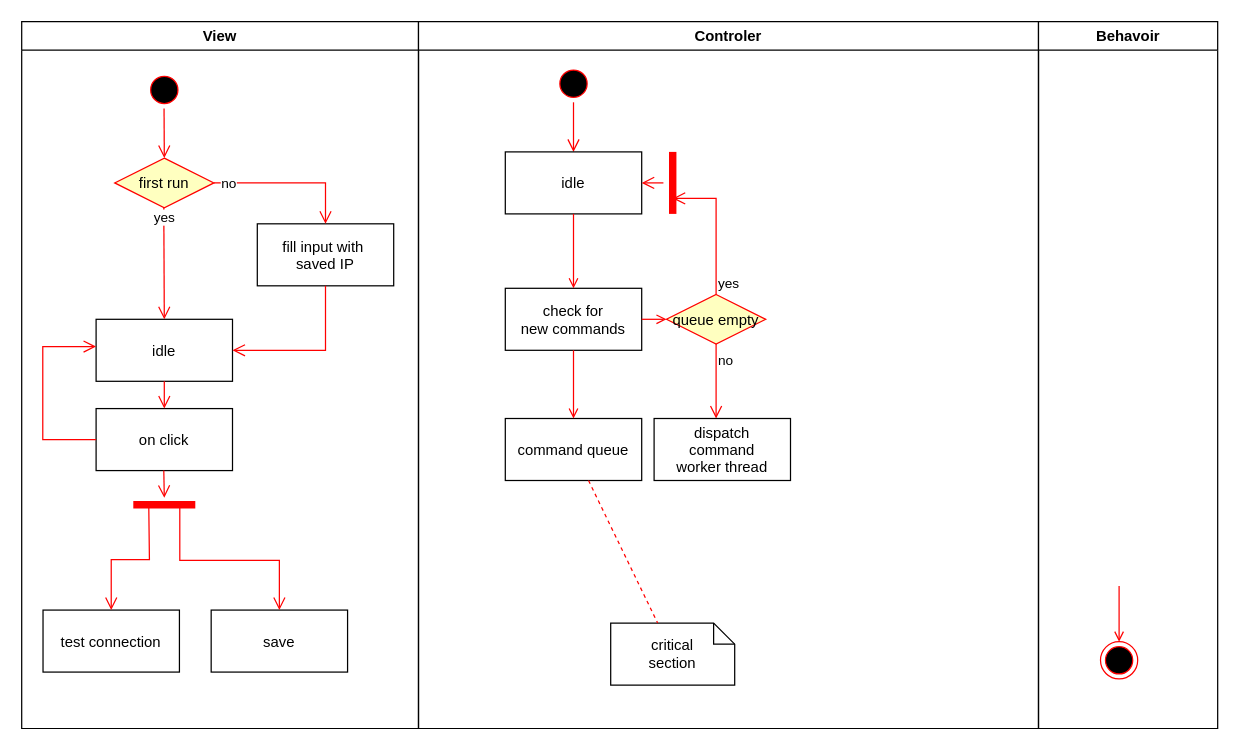
Above: documentation/UI/General/ServerConfig.drawio in xalpol12/kuka-ar (draw.io), before the change. Source tidied: cells renumbered, new cells numbered last; positions are measured from the earlier drawing's top-left corner, leaving out a move shared by most shapes. Both pictures are drawn from the tidied source at 124%, with x=0, y=0 at pixel (21, 21).
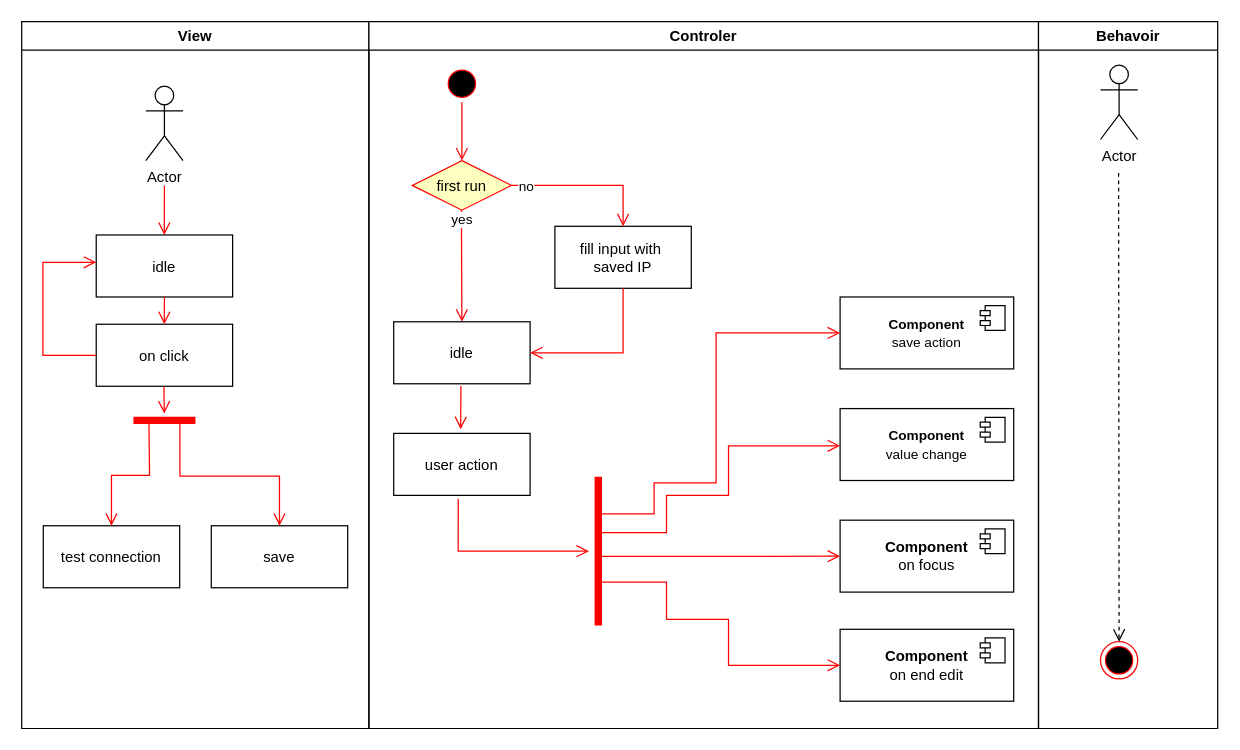
Above is the later version.

The change refers to these unchanged cells:
```xml
<mxCell id="39" value="Behavoir" style="swimlane;whiteSpace=wrap;startSize=23;" parent="1" vertex="1">
  <mxGeometry x="820" width="144.5" height="570" as="geometry" />
</mxCell>
<mxCell id="40" style="ellipse;shape=endState;fillColor=#000000;strokeColor=#ff0000;" parent="39" vertex="1">
  <mxGeometry x="50" y="500" width="30" height="30" as="geometry" />
</mxCell>
```

The edit, as a diff of the source:
```diff
@@
     <mxCell id="2" value="View" style="swimlane;whiteSpace=wrap;" parent="1" vertex="1">
-      <mxGeometry width="320" height="570" as="geometry" />
+      <mxGeometry width="280" height="570" as="geometry" />
     </mxCell>
-    <mxCell id="3" style="ellipse;shape=startState;fillColor=#000000;strokeColor=#ff0000;" parent="2" vertex="1">
-      <mxGeometry x="100" y="40" width="30" height="30" as="geometry" />
-    </mxCell>
     <mxCell id="4" value="idle" parent="2" vertex="1">
-      <mxGeometry x="60" y="240" width="110" height="50" as="geometry" />
+      <mxGeometry x="60.1" y="172" width="110" height="50" as="geometry" />
     </mxCell>
     <mxCell id="5" value="save" parent="2" vertex="1">
-      <mxGeometry x="152.8" y="474.5" width="110" height="50" as="geometry" />
+      <mxGeometry x="152.9" y="406.5" width="110" height="50" as="geometry" />
     </mxCell>
     <mxCell id="6" style="shape=line;strokeWidth=6;strokeColor=#ff0000;rotation=-180;" parent="2" vertex="1">
-      <mxGeometry x="90" y="382" width="50" height="15" as="geometry" />
+      <mxGeometry x="90.1" y="314" width="50" height="15" as="geometry" />
     </mxCell>
     <mxCell id="7" value="test connection" parent="2" vertex="1">
-      <mxGeometry x="17.2" y="474.5" width="110" height="50" as="geometry" />
+      <mxGeometry x="17.4" y="406.5" width="110" height="50" as="geometry" />
     </mxCell>
     <mxCell id="8" style="edgeStyle=orthogonalEdgeStyle;elbow=horizontal;verticalAlign=bottom;endArrow=open;endSize=8;strokeColor=#FF0000;endFill=1;rounded=0;exitX=0.75;exitY=0.5;exitDx=0;exitDy=0;exitPerimeter=0;entryX=0.5;entryY=0;entryDx=0;entryDy=0;" parent="2" edge="1" target="7">
       <mxGeometry x="-229" y="-216" as="geometry">
-        <mxPoint x="102.5" y="392" as="sourcePoint" />
+        <mxPoint x="102.6" y="324" as="sourcePoint" />
       </mxGeometry>
     </mxCell>
     <mxCell id="9" style="edgeStyle=orthogonalEdgeStyle;elbow=horizontal;verticalAlign=bottom;endArrow=open;endSize=8;strokeColor=#FF0000;endFill=1;rounded=0;exitX=0.25;exitY=0.5;exitDx=0;exitDy=0;exitPerimeter=0;entryX=0.5;entryY=0;entryDx=0;entryDy=0;" parent="2" edge="1" target="5">
       <mxGeometry x="-229" y="-216" as="geometry">
-        <mxPoint x="127.5" y="392" as="sourcePoint" />
+        <mxPoint x="127.6" y="324" as="sourcePoint" />
         <Array as="points">
-          <mxPoint x="128" y="434.5" />
-          <mxPoint x="208" y="434.5" />
+          <mxPoint x="128.1" y="366.5" />
+          <mxPoint x="208.1" y="366.5" />
         </Array>
       </mxGeometry>
     </mxCell>
     <mxCell id="10" value="on click" parent="2" vertex="1">
-      <mxGeometry x="60" y="312" width="110" height="50" as="geometry" />
+      <mxGeometry x="60.1" y="244" width="110" height="50" as="geometry" />
     </mxCell>
     <mxCell id="11" style="edgeStyle=elbowEdgeStyle;elbow=horizontal;verticalAlign=bottom;endArrow=open;endSize=8;strokeColor=#FF0000;endFill=1;rounded=0;" parent="2" edge="1">
       <mxGeometry x="-229" y="-216" as="geometry">
-        <mxPoint x="114.6" y="362" as="sourcePoint" />
-        <mxPoint x="115.4" y="384" as="targetPoint" />
+        <mxPoint x="114.7" y="294" as="sourcePoint" />
+        <mxPoint x="115.5" y="316" as="targetPoint" />
       </mxGeometry>
     </mxCell>
     <mxCell id="12" style="edgeStyle=orthogonalEdgeStyle;elbow=horizontal;verticalAlign=bottom;endArrow=open;endSize=8;strokeColor=#FF0000;endFill=1;rounded=0;exitX=0;exitY=0.5;exitDx=0;exitDy=0;entryX=0;entryY=0.44;entryDx=0;entryDy=0;entryPerimeter=0;" parent="2" edge="1" source="10" target="4">
       <mxGeometry x="-229" y="-216" as="geometry">
         <Array as="points">
-          <mxPoint x="17" y="337" />
-          <mxPoint x="17" y="262" />
+          <mxPoint x="17.1" y="269" />
+          <mxPoint x="17.1" y="194" />
         </Array>
       </mxGeometry>
     </mxCell>
     <mxCell id="13" style="edgeStyle=elbowEdgeStyle;elbow=horizontal;verticalAlign=bottom;endArrow=open;endSize=8;strokeColor=#FF0000;endFill=1;rounded=0;entryX=0.5;entryY=0;entryDx=0;entryDy=0;exitX=0.5;exitY=1;exitDx=0;exitDy=0;" parent="2" edge="1" source="4">
       <mxGeometry x="-229" y="-216" as="geometry">
-        <mxPoint x="115" y="312" as="targetPoint" />
+        <mxPoint x="115.1" y="244" as="targetPoint" />
       </mxGeometry>
     </mxCell>
+    <mxCell id="42" style="edgeStyle=elbowEdgeStyle;elbow=horizontal;verticalAlign=bottom;endArrow=open;endSize=8;strokeColor=#FF0000;endFill=1;rounded=0;" parent="2" edge="1">
+      <mxGeometry x="320" y="20" as="geometry">
+        <mxPoint x="115.1" y="132" as="sourcePoint" />
+        <mxPoint x="115.1" y="172" as="targetPoint" />
+      </mxGeometry>
+    </mxCell>
+    <mxCell id="43" value="Actor" style="shape=umlActor;verticalLabelPosition=bottom;verticalAlign=top;html=1;" parent="2" vertex="1">
+      <mxGeometry x="100.1" y="52" width="30" height="60" as="geometry" />
+    </mxCell>
+    <mxCell id="22" value="Controler" style="swimlane;whiteSpace=wrap;" parent="1" vertex="1">
+      <mxGeometry x="280" width="540" height="570" as="geometry" />
+    </mxCell>
+    <mxCell id="23" style="ellipse;shape=startState;fillColor=#000000;strokeColor=#ff0000;" parent="22" vertex="1">
+      <mxGeometry x="60" y="35" width="30" height="30" as="geometry" />
+    </mxCell>
+    <mxCell id="24" style="edgeStyle=elbowEdgeStyle;elbow=horizontal;verticalAlign=bottom;endArrow=open;endSize=8;strokeColor=#FF0000;endFill=1;rounded=0;entryX=0.5;entryY=0;entryDx=0;entryDy=0;" parent="22" edge="1" source="23" target="14">
+      <mxGeometry x="40" y="20" as="geometry" />
+    </mxCell>
-    <mxCell id="14" value="first run" style="rhombus;fillColor=#ffffc0;strokeColor=#ff0000;" parent="2" vertex="1">
-      <mxGeometry x="75" y="110" width="80" height="40" as="geometry" />
+    <mxCell id="14" value="first run" style="rhombus;fillColor=#ffffc0;strokeColor=#ff0000;" parent="22" vertex="1">
+      <mxGeometry x="35" y="112" width="80" height="40" as="geometry" />
     </mxCell>
-    <mxCell id="15" style="edgeStyle=elbowEdgeStyle;elbow=horizontal;verticalAlign=bottom;endArrow=open;endSize=8;strokeColor=#FF0000;endFill=1;rounded=0;entryX=0.5;entryY=0;entryDx=0;entryDy=0;" parent="2" edge="1">
-      <mxGeometry x="-269" y="-344" as="geometry">
-        <mxPoint x="114.6" y="150" as="sourcePoint" />
-        <mxPoint x="115" y="240" as="targetPoint" />
-      </mxGeometry>
-    </mxCell>
+    <mxCell id="44" style="edgeStyle=elbowEdgeStyle;elbow=horizontal;verticalAlign=bottom;endArrow=open;endSize=8;strokeColor=#FF0000;endFill=1;rounded=0;entryX=0.5;entryY=0;entryDx=0;entryDy=0;" parent="22" edge="1">
+      <mxGeometry x="-549" y="-344" as="geometry">
+        <mxPoint x="74.6" y="152" as="sourcePoint" />
+        <mxPoint x="75" y="242" as="targetPoint" />
+      </mxGeometry>
+    </mxCell>
-    <mxCell id="16" value="yes" style="edgeLabel;html=1;align=center;verticalAlign=middle;" parent="15" vertex="1">
+    <mxCell id="16" value="yes" style="edgeLabel;html=1;align=center;verticalAlign=middle;" parent="44" vertex="1">
       <mxGeometry relative="1" as="geometry">
         <mxPoint x="-1" y="-37" as="offset" />
       </mxGeometry>
     </mxCell>
-    <mxCell id="17" value="fill input with &#10;saved IP" parent="2" vertex="1">
-      <mxGeometry x="190" y="163" width="110" height="50" as="geometry" />
+    <mxCell id="17" value="fill input with &#10;saved IP" parent="22" vertex="1">
+      <mxGeometry x="150" y="165" width="110" height="50" as="geometry" />
     </mxCell>
-    <mxCell id="18" style="edgeStyle=orthogonalEdgeStyle;elbow=horizontal;verticalAlign=bottom;endArrow=open;endSize=8;strokeColor=#FF0000;endFill=1;rounded=0;entryX=0.5;entryY=0;entryDx=0;entryDy=0;exitX=1;exitY=0.5;exitDx=0;exitDy=0;" parent="2" edge="1" source="14" target="17">
-      <mxGeometry x="-269" y="-344" as="geometry" />
+    <mxCell id="18" style="edgeStyle=orthogonalEdgeStyle;elbow=horizontal;verticalAlign=bottom;endArrow=open;endSize=8;strokeColor=#FF0000;endFill=1;rounded=0;entryX=0.5;entryY=0;entryDx=0;entryDy=0;exitX=1;exitY=0.5;exitDx=0;exitDy=0;" parent="22" edge="1" source="14" target="17">
+      <mxGeometry x="-549" y="-344" as="geometry" />
     </mxCell>
@@
-    <mxCell id="20" style="edgeStyle=elbowEdgeStyle;elbow=horizontal;verticalAlign=bottom;endArrow=open;endSize=8;strokeColor=#FF0000;endFill=1;rounded=0;entryX=0.5;entryY=0;entryDx=0;entryDy=0;exitX=0.5;exitY=1;exitDx=0;exitDy=0;" parent="2" edge="1" target="14">
-      <mxGeometry x="-229" y="-216" as="geometry">
-        <mxPoint x="114.8" y="70" as="sourcePoint" />
-      </mxGeometry>
-    </mxCell>
-    <mxCell id="21" style="edgeStyle=orthogonalEdgeStyle;elbow=horizontal;verticalAlign=bottom;endArrow=open;endSize=8;strokeColor=#FF0000;endFill=1;rounded=0;entryX=1;entryY=0.5;entryDx=0;entryDy=0;exitX=0.5;exitY=1;exitDx=0;exitDy=0;" parent="2" edge="1" source="17" target="4">
-      <mxGeometry x="-269" y="-344" as="geometry" />
-    </mxCell>
-    <mxCell id="22" value="Controler" style="swimlane;whiteSpace=wrap;" parent="1" vertex="1">
-      <mxGeometry x="320" width="500" height="570" as="geometry" />
-    </mxCell>
-    <mxCell id="23" style="ellipse;shape=startState;fillColor=#000000;strokeColor=#ff0000;" parent="22" vertex="1">
-      <mxGeometry x="110" y="35" width="30" height="30" as="geometry" />
-    </mxCell>
-    <mxCell id="24" style="edgeStyle=elbowEdgeStyle;elbow=horizontal;verticalAlign=bottom;endArrow=open;endSize=8;strokeColor=#FF0000;endFill=1;rounded=0;" parent="22" edge="1" source="23" target="25">
-      <mxGeometry x="40" y="20" as="geometry" />
-    </mxCell>
     <mxCell id="25" value="idle" parent="22" vertex="1">
-      <mxGeometry x="70" y="105" width="110" height="50" as="geometry" />
+      <mxGeometry x="20" y="242" width="110" height="50" as="geometry" />
     </mxCell>
-    <mxCell id="26" value="check for &#10;new commands" parent="22" vertex="1">
-      <mxGeometry x="70" y="215" width="110" height="50" as="geometry" />
-    </mxCell>
-    <mxCell id="27" style="endArrow=open;strokeColor=#FF0000;endFill=1;rounded=0;" parent="22" edge="1" source="25" target="26">
-      <mxGeometry relative="1" as="geometry" />
-    </mxCell>
-    <mxCell id="28" value="command queue" parent="22" vertex="1">
-      <mxGeometry x="70" y="320" width="110" height="50" as="geometry" />
-    </mxCell>
-    <mxCell id="29" style="endArrow=open;strokeColor=#FF0000;endFill=1;rounded=0;" parent="22" edge="1" source="26" target="28">
-      <mxGeometry relative="1" as="geometry" />
-    </mxCell>
-    <mxCell id="30" value="queue empty" style="rhombus;fillColor=#ffffc0;strokeColor=#ff0000;" parent="22" vertex="1">
-      <mxGeometry x="200" y="220" width="80" height="40" as="geometry" />
-    </mxCell>
-    <mxCell id="31" value="yes" style="edgeStyle=elbowEdgeStyle;elbow=horizontal;align=left;verticalAlign=bottom;endArrow=open;endSize=8;strokeColor=#FF0000;exitX=0.5;exitY=0;endFill=1;rounded=0;entryX=0.75;entryY=0.5;entryPerimeter=0;" parent="22" edge="1" source="30" target="34">
-      <mxGeometry x="-1" relative="1" as="geometry">
-        <Array as="points">
-          <mxPoint x="240" y="175" />
-        </Array>
-      </mxGeometry>
-    </mxCell>
-    <mxCell id="32" value="no" style="edgeStyle=elbowEdgeStyle;elbow=horizontal;align=left;verticalAlign=top;endArrow=open;endSize=8;strokeColor=#FF0000;endFill=1;rounded=0;" parent="22" edge="1" source="30" target="36">
-      <mxGeometry x="-1" relative="1" as="geometry" />
-    </mxCell>
-    <mxCell id="33" style="endArrow=open;strokeColor=#FF0000;endFill=1;rounded=0;" parent="22" edge="1" source="26" target="30">
-      <mxGeometry relative="1" as="geometry" />
-    </mxCell>
-    <mxCell id="34" style="shape=line;strokeWidth=6;strokeColor=#ff0000;rotation=90;" parent="22" vertex="1">
-      <mxGeometry x="180" y="122.5" width="50" height="15" as="geometry" />
-    </mxCell>
-    <mxCell id="35" style="edgeStyle=elbowEdgeStyle;elbow=horizontal;verticalAlign=bottom;endArrow=open;endSize=8;strokeColor=#FF0000;endFill=1;rounded=0;" parent="22" edge="1" source="34" target="25">
-      <mxGeometry x="130" y="90" as="geometry" />
-    </mxCell>
-    <mxCell id="36" value="dispatch&#10;command&#10;worker thread" parent="22" vertex="1">
-      <mxGeometry x="190" y="320" width="110" height="50" as="geometry" />
-    </mxCell>
-    <mxCell id="37" value="critical&#10;section" style="shape=note;whiteSpace=wrap;size=17;" parent="22" vertex="1">
-      <mxGeometry x="155" y="485" width="100" height="50" as="geometry" />
-    </mxCell>
-    <mxCell id="38" style="endArrow=none;strokeColor=#FF0000;endFill=0;rounded=0;dashed=1;" parent="22" edge="1" source="28" target="37">
-      <mxGeometry relative="1" as="geometry" />
-    </mxCell>
+    <mxCell id="45" style="edgeStyle=orthogonalEdgeStyle;elbow=horizontal;verticalAlign=bottom;endArrow=open;endSize=8;strokeColor=#FF0000;endFill=1;rounded=0;entryX=1;entryY=0.5;entryDx=0;entryDy=0;exitX=0.5;exitY=1;exitDx=0;exitDy=0;" parent="22" edge="1" source="17" target="25">
+      <mxGeometry x="-509" y="-216" as="geometry">
+        <Array as="points">
+          <mxPoint x="205" y="267" />
+        </Array>
+      </mxGeometry>
+    </mxCell>
+    <mxCell id="46" value="&lt;font style=&quot;font-size: 11px;&quot;&gt;&lt;b&gt;Component&lt;/b&gt;&lt;br&gt;value change&lt;br&gt;&lt;/font&gt;" style="html=1;whiteSpace=wrap;" parent="22" vertex="1">
+      <mxGeometry x="380" y="312" width="140" height="58" as="geometry" />
+    </mxCell>
+    <mxCell id="47" style="shape=module;jettyWidth=8;jettyHeight=4;" parent="46" vertex="1">
+      <mxGeometry x="1" width="20" height="20" relative="1" as="geometry">
+        <mxPoint x="-27" y="7" as="offset" />
+      </mxGeometry>
+    </mxCell>
+    <mxCell id="48" value="&lt;b&gt;Component&lt;/b&gt;&lt;br&gt;on focus" style="html=1;whiteSpace=wrap;" parent="22" vertex="1">
+      <mxGeometry x="380" y="402" width="140" height="58" as="geometry" />
+    </mxCell>
+    <mxCell id="49" style="shape=module;jettyWidth=8;jettyHeight=4;" parent="48" vertex="1">
+      <mxGeometry x="1" width="20" height="20" relative="1" as="geometry">
+        <mxPoint x="-27" y="7" as="offset" />
+      </mxGeometry>
+    </mxCell>
+    <mxCell id="50" value="&lt;b&gt;Component&lt;/b&gt;&lt;br&gt;on end edit" style="html=1;whiteSpace=wrap;" parent="22" vertex="1">
+      <mxGeometry x="380" y="490" width="140" height="58" as="geometry" />
+    </mxCell>
+    <mxCell id="51" style="shape=module;jettyWidth=8;jettyHeight=4;" parent="50" vertex="1">
+      <mxGeometry x="1" width="20" height="20" relative="1" as="geometry">
+        <mxPoint x="-27" y="7" as="offset" />
+      </mxGeometry>
+    </mxCell>
+    <mxCell id="52" style="shape=line;strokeWidth=6;strokeColor=#ff0000;rotation=90;" parent="22" vertex="1">
+      <mxGeometry x="125" y="419.5" width="120" height="15" as="geometry" />
+    </mxCell>
+    <mxCell id="53" style="edgeStyle=orthogonalEdgeStyle;elbow=horizontal;verticalAlign=bottom;endArrow=open;endSize=8;strokeColor=#FF0000;endFill=1;rounded=0;exitX=0.135;exitY=0.389;exitDx=0;exitDy=0;exitPerimeter=0;" parent="22" edge="1" source="52" target="46">
+      <mxGeometry x="-509" y="-216" as="geometry">
+        <Array as="points">
+          <mxPoint x="187" y="412" />
+          <mxPoint x="240" y="412" />
+          <mxPoint x="240" y="382" />
+          <mxPoint x="290" y="382" />
+          <mxPoint x="290" y="342" />
+        </Array>
+      </mxGeometry>
+    </mxCell>
+    <mxCell id="54" style="edgeStyle=elbowEdgeStyle;elbow=horizontal;verticalAlign=bottom;endArrow=open;endSize=8;strokeColor=#FF0000;endFill=1;rounded=0;entryX=0;entryY=0.5;entryDx=0;entryDy=0;exitX=0.535;exitY=0.46;exitDx=0;exitDy=0;exitPerimeter=0;" parent="22" edge="1" source="52" target="48">
+      <mxGeometry x="40" y="20" as="geometry">
+        <Array as="points">
+          <mxPoint x="290" y="430.8" />
+        </Array>
+      </mxGeometry>
+    </mxCell>
+    <mxCell id="55" style="edgeStyle=orthogonalEdgeStyle;elbow=horizontal;verticalAlign=bottom;endArrow=open;endSize=8;strokeColor=#FF0000;endFill=1;rounded=0;exitX=0.75;exitY=0.5;exitDx=0;exitDy=0;exitPerimeter=0;entryX=0;entryY=0.5;entryDx=0;entryDy=0;" parent="22" edge="1" source="52" target="50">
+      <mxGeometry x="-509" y="-216" as="geometry">
+        <Array as="points">
+          <mxPoint x="185" y="452" />
+          <mxPoint x="240" y="452" />
+          <mxPoint x="240" y="482" />
+          <mxPoint x="290" y="482" />
+          <mxPoint x="290" y="519" />
+        </Array>
+      </mxGeometry>
+    </mxCell>
+    <mxCell id="56" value="&lt;font style=&quot;font-size: 11px;&quot;&gt;&lt;b&gt;Component&lt;/b&gt;&lt;br&gt;save action&lt;br&gt;&lt;/font&gt;" style="html=1;whiteSpace=wrap;" parent="22" vertex="1">
+      <mxGeometry x="380" y="222" width="140" height="58" as="geometry" />
+    </mxCell>
+    <mxCell id="57" style="shape=module;jettyWidth=8;jettyHeight=4;" parent="56" vertex="1">
+      <mxGeometry x="1" width="20" height="20" relative="1" as="geometry">
+        <mxPoint x="-27" y="7" as="offset" />
+      </mxGeometry>
+    </mxCell>
+    <mxCell id="58" style="edgeStyle=orthogonalEdgeStyle;elbow=horizontal;verticalAlign=bottom;endArrow=open;endSize=8;strokeColor=#FF0000;endFill=1;rounded=0;entryX=0;entryY=0.5;entryDx=0;entryDy=0;exitX=0.25;exitY=0.5;exitDx=0;exitDy=0;exitPerimeter=0;" parent="22" edge="1" source="52" target="56">
+      <mxGeometry x="-509" y="-216" as="geometry">
+        <Array as="points">
+          <mxPoint x="230" y="397" />
+          <mxPoint x="230" y="372" />
+          <mxPoint x="280" y="372" />
+          <mxPoint x="280" y="251" />
+        </Array>
+      </mxGeometry>
+    </mxCell>
+    <mxCell id="59" value="user action" parent="22" vertex="1">
+      <mxGeometry x="20" y="332" width="110" height="50" as="geometry" />
+    </mxCell>
+    <mxCell id="60" style="edgeStyle=elbowEdgeStyle;elbow=horizontal;verticalAlign=bottom;endArrow=open;endSize=8;strokeColor=#FF0000;endFill=1;rounded=0;exitX=0.493;exitY=1.037;exitDx=0;exitDy=0;exitPerimeter=0;entryX=0.494;entryY=-0.067;entryDx=0;entryDy=0;entryPerimeter=0;" parent="22" edge="1" source="25" target="59">
+      <mxGeometry x="40" y="20" as="geometry" />
+    </mxCell>
+    <mxCell id="61" style="edgeStyle=orthogonalEdgeStyle;elbow=horizontal;verticalAlign=bottom;endArrow=open;endSize=8;strokeColor=#FF0000;endFill=1;rounded=0;exitX=0.473;exitY=1.053;exitDx=0;exitDy=0;exitPerimeter=0;" parent="22" edge="1" source="59" target="52">
+      <mxGeometry x="40" y="20" as="geometry">
+        <Array as="points">
+          <mxPoint x="72" y="427" />
+        </Array>
+      </mxGeometry>
+    </mxCell>
@@
-    <mxCell id="41" style="endArrow=open;strokeColor=#FF0000;endFill=1;rounded=0;" parent="39" edge="1" target="40">
-      <mxGeometry relative="1" as="geometry">
-        <mxPoint x="65" y="455" as="sourcePoint" />
-      </mxGeometry>
-    </mxCell>
+    <mxCell id="62" value="Actor" style="shape=umlActor;verticalLabelPosition=bottom;verticalAlign=top;html=1;" parent="39" vertex="1">
+      <mxGeometry x="50" y="35" width="30" height="60" as="geometry" />
+    </mxCell>
+    <mxCell id="63" style="edgeStyle=elbowEdgeStyle;elbow=horizontal;verticalAlign=bottom;endArrow=open;endSize=8;strokeColor=#000000;endFill=1;rounded=0;entryX=0.5;entryY=0;entryDx=0;entryDy=0;dashed=1;" parent="39" edge="1" target="40">
+      <mxGeometry x="-500" y="20" as="geometry">
+        <mxPoint x="64.6" y="122" as="sourcePoint" />
+      </mxGeometry>
+    </mxCell>
```
